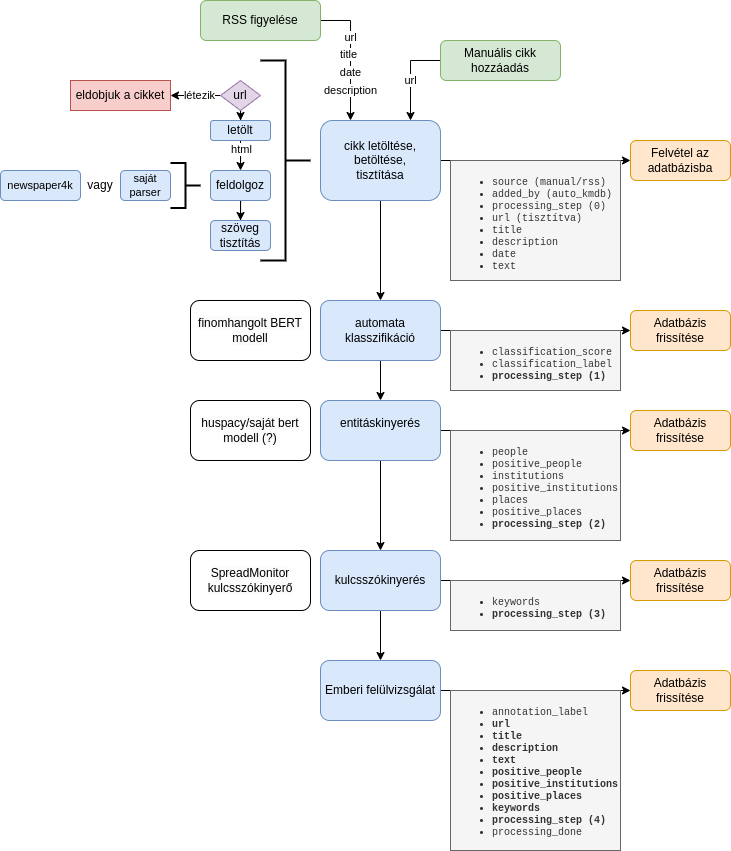
k-monitor/sajtoadatbazis-automat keeps this draw.io diagram as assets/article_processing.drawio.png. Above is the earlier version. Source tidied: cells renumbered, new cells last; positions are measured from the earlier drawing's top-left corner, leaving out a move shared by most shapes.
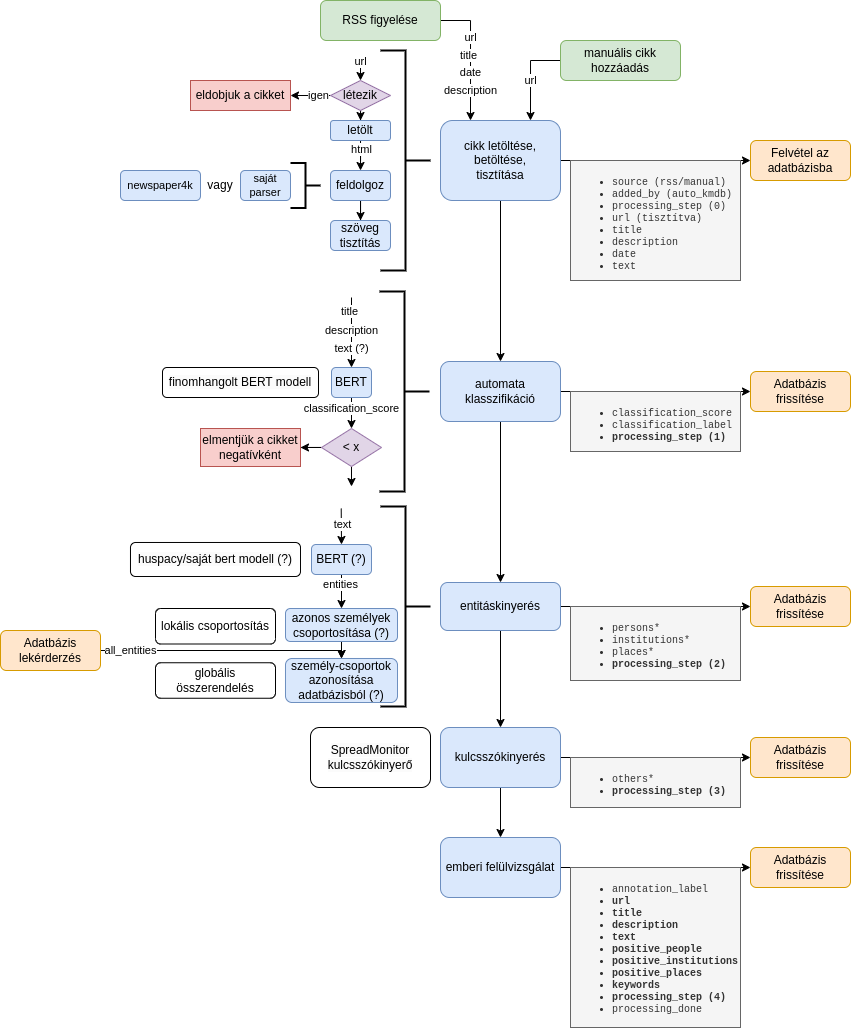
After the commit.

Diff of the diagram source:
```diff
@@ -38,3 +38,3 @@
     </mxCell>
-    <mxCell id="10" value="Manuális cikk hozzáadás" style="rounded=1;whiteSpace=wrap;html=1;fillColor=#d5e8d4;strokeColor=#82b366;" parent="1" vertex="1">
+    <mxCell id="10" value="manuális cikk hozzáadás" style="rounded=1;whiteSpace=wrap;html=1;fillColor=#d5e8d4;strokeColor=#82b366;" parent="1" vertex="1">
       <mxGeometry x="440" y="40" width="120" height="40" as="geometry" />
@@ -53,3 +53,3 @@
     </mxCell>
-    <mxCell id="15" value="&lt;ul style=&quot;font-size: 10px;&quot;&gt;&lt;li style=&quot;font-size: 10px;&quot;&gt;source (manual/rss)&lt;/li&gt;&lt;li style=&quot;font-size: 10px;&quot;&gt;added_by (auto_kmdb)&lt;/li&gt;&lt;li style=&quot;font-size: 10px;&quot;&gt;processing_step (0)&lt;/li&gt;&lt;li style=&quot;font-size: 10px;&quot;&gt;url (tisztítva)&lt;/li&gt;&lt;li style=&quot;font-size: 10px;&quot;&gt;title&lt;/li&gt;&lt;li style=&quot;font-size: 10px;&quot;&gt;description&lt;/li&gt;&lt;li style=&quot;font-size: 10px;&quot;&gt;date&lt;/li&gt;&lt;li style=&quot;font-size: 10px;&quot;&gt;text&lt;/li&gt;&lt;/ul&gt;" style="rounded=0;whiteSpace=wrap;html=1;verticalAlign=top;align=left;fillColor=#f5f5f5;strokeColor=#666666;fontColor=#333333;fontFamily=Courier New;fontSize=10;" parent="1" vertex="1">
+    <mxCell id="15" value="&lt;ul style=&quot;font-size: 10px;&quot;&gt;&lt;li style=&quot;font-size: 10px;&quot;&gt;source (rss/manual)&lt;/li&gt;&lt;li style=&quot;font-size: 10px;&quot;&gt;added_by (auto_kmdb)&lt;/li&gt;&lt;li style=&quot;font-size: 10px;&quot;&gt;processing_step (0)&lt;/li&gt;&lt;li style=&quot;font-size: 10px;&quot;&gt;url (tisztítva)&lt;/li&gt;&lt;li style=&quot;font-size: 10px;&quot;&gt;title&lt;/li&gt;&lt;li style=&quot;font-size: 10px;&quot;&gt;description&lt;/li&gt;&lt;li style=&quot;font-size: 10px;&quot;&gt;date&lt;/li&gt;&lt;li style=&quot;font-size: 10px;&quot;&gt;text&lt;/li&gt;&lt;/ul&gt;" style="rounded=0;whiteSpace=wrap;html=1;verticalAlign=top;align=left;fillColor=#f5f5f5;strokeColor=#666666;fontColor=#333333;fontFamily=Courier New;fontSize=10;" parent="1" vertex="1">
       <mxGeometry x="450" y="160" width="170" height="120" as="geometry" />
@@ -57,3 +57,3 @@
     <mxCell id="16" style="strokeWidth=2;html=1;shape=mxgraph.flowchart.annotation_2;align=left;labelPosition=right;direction=west;" parent="1" vertex="1">
-      <mxGeometry x="260" y="60" width="50" height="200" as="geometry" />
+      <mxGeometry x="260" y="50" width="50" height="220" as="geometry" />
     </mxCell>
@@ -62,7 +62,7 @@
     </mxCell>
-    <mxCell id="18" value="létezik" style="edgeLabel;html=1;align=center;verticalAlign=middle;" parent="17" vertex="1">
-      <mxGeometry x="-0.38" relative="1" as="geometry">
-        <mxPoint x="-5" as="offset" />
-      </mxGeometry>
-    </mxCell>
+    <mxCell id="54" value="igen" style="edgeLabel;html=1;align=center;verticalAlign=middle;" parent="17" vertex="1">
+      <mxGeometry x="0.01" y="-1" relative="1" as="geometry">
+        <mxPoint x="8" y="1" as="offset" />
+      </mxGeometry>
+    </mxCell>
     <mxCell id="19" style="edgeStyle=orthogonalEdgeStyle;rounded=0;jettySize=auto;html=1;" parent="1" edge="1" source="20" target="24">
@@ -70,4 +70,4 @@
     </mxCell>
-    <mxCell id="20" value="url" style="rhombus;whiteSpace=wrap;html=1;fillColor=#e1d5e7;strokeColor=#9673a6;" parent="1" vertex="1">
-      <mxGeometry x="220" y="80" width="40" height="30" as="geometry" />
+    <mxCell id="20" value="létezik" style="rhombus;whiteSpace=wrap;html=1;fillColor=#e1d5e7;strokeColor=#9673a6;" parent="1" vertex="1">
+      <mxGeometry x="210" y="80" width="60" height="30" as="geometry" />
     </mxCell>
@@ -112,7 +112,7 @@
     </mxCell>
-    <mxCell id="34" value="entitáskinyerés&lt;div&gt;&lt;br/&gt;&lt;/div&gt;" style="rounded=1;whiteSpace=wrap;html=1;fillColor=#dae8fc;strokeColor=#6c8ebf;" parent="1" vertex="1">
-      <mxGeometry x="320" y="400" width="120" height="60" as="geometry" />
+    <mxCell id="34" value="entitáskinyerés" style="rounded=1;whiteSpace=wrap;html=1;fillColor=#dae8fc;strokeColor=#6c8ebf;" parent="1" vertex="1">
+      <mxGeometry x="320" y="582" width="120" height="48" as="geometry" />
     </mxCell>
     <mxCell id="35" value="&lt;span style=&quot;color: rgb(0, 0, 0); font-family: Helvetica; font-size: 12px; font-style: normal; font-variant-ligatures: normal; font-variant-caps: normal; font-weight: 400; letter-spacing: normal; orphans: 2; text-align: center; text-indent: 0px; text-transform: none; widows: 2; word-spacing: 0px; -webkit-text-stroke-width: 0px; background-color: rgb(251, 251, 251); text-decoration-thickness: initial; text-decoration-style: initial; text-decoration-color: initial; float: none; display: inline !important;&quot;&gt;huspacy/saját bert modell (?)&lt;/span&gt;" style="rounded=1;whiteSpace=wrap;html=1;" parent="1" vertex="1">
-      <mxGeometry x="190" y="400" width="120" height="60" as="geometry" />
+      <mxGeometry x="10" y="542" width="170" height="34" as="geometry" />
     </mxCell>
@@ -125,18 +125,18 @@
     <mxCell id="38" value="automata klasszifikáció" style="rounded=1;whiteSpace=wrap;html=1;fillColor=#dae8fc;strokeColor=#6c8ebf;" parent="1" vertex="1">
-      <mxGeometry x="320" y="300" width="120" height="60" as="geometry" />
+      <mxGeometry x="320" y="361" width="120" height="60" as="geometry" />
     </mxCell>
     <mxCell id="39" value="&lt;span style=&quot;color: rgb(0, 0, 0); font-family: Helvetica; font-size: 12px; font-style: normal; font-variant-ligatures: normal; font-variant-caps: normal; font-weight: 400; letter-spacing: normal; orphans: 2; text-align: center; text-indent: 0px; text-transform: none; widows: 2; word-spacing: 0px; -webkit-text-stroke-width: 0px; background-color: rgb(251, 251, 251); text-decoration-thickness: initial; text-decoration-style: initial; text-decoration-color: initial; float: none; display: inline !important;&quot;&gt;finomhangolt BERT modell&lt;/span&gt;" style="rounded=1;whiteSpace=wrap;html=1;" parent="1" vertex="1">
-      <mxGeometry x="190" y="300" width="120" height="60" as="geometry" />
+      <mxGeometry x="42" y="367" width="156" height="30" as="geometry" />
     </mxCell>
     <mxCell id="40" value="&lt;ul style=&quot;font-size: 10px;&quot;&gt;&lt;li style=&quot;font-size: 10px;&quot;&gt;classification_score&lt;/li&gt;&lt;li style=&quot;font-size: 10px;&quot;&gt;classification_label&lt;/li&gt;&lt;li style=&quot;border-color: var(--border-color);&quot;&gt;&lt;b&gt;processing_step (1)&lt;/b&gt;&lt;/li&gt;&lt;/ul&gt;" style="rounded=0;whiteSpace=wrap;html=1;verticalAlign=top;align=left;fillColor=#f5f5f5;strokeColor=#666666;fontColor=#333333;fontFamily=Courier New;fontSize=10;" parent="1" vertex="1">
-      <mxGeometry x="450" y="330" width="170" height="60" as="geometry" />
+      <mxGeometry x="450" y="391" width="170" height="60" as="geometry" />
     </mxCell>
-    <mxCell id="41" value="&lt;ul style=&quot;font-size: 10px;&quot;&gt;&lt;li style=&quot;font-size: 10px;&quot;&gt;people&lt;/li&gt;&lt;li style=&quot;font-size: 10px;&quot;&gt;positive_people&lt;/li&gt;&lt;li style=&quot;font-size: 10px;&quot;&gt;institutions&lt;/li&gt;&lt;li style=&quot;font-size: 10px;&quot;&gt;positive_institutions&lt;/li&gt;&lt;li style=&quot;font-size: 10px;&quot;&gt;places&lt;/li&gt;&lt;li style=&quot;font-size: 10px;&quot;&gt;positive_places&lt;/li&gt;&lt;li style=&quot;border-color: var(--border-color);&quot;&gt;&lt;b style=&quot;border-color: var(--border-color);&quot;&gt;processing_step (2)&lt;/b&gt;&lt;/li&gt;&lt;/ul&gt;" style="rounded=0;whiteSpace=wrap;html=1;verticalAlign=top;align=left;fillColor=#f5f5f5;strokeColor=#666666;fontColor=#333333;fontFamily=Courier New;fontSize=10;" parent="1" vertex="1">
-      <mxGeometry x="450" y="430" width="170" height="110" as="geometry" />
+    <mxCell id="41" value="&lt;ul style=&quot;font-size: 10px;&quot;&gt;&lt;li style=&quot;font-size: 10px;&quot;&gt;persons*&lt;/li&gt;&lt;li style=&quot;font-size: 10px;&quot;&gt;&lt;span style=&quot;background-color: initial;&quot;&gt;institutions*&lt;/span&gt;&lt;br&gt;&lt;/li&gt;&lt;li style=&quot;font-size: 10px;&quot;&gt;&lt;span style=&quot;background-color: initial;&quot;&gt;places*&lt;/span&gt;&lt;br&gt;&lt;/li&gt;&lt;li style=&quot;font-size: 10px;&quot;&gt;&lt;b style=&quot;background-color: initial; border-color: var(--border-color);&quot;&gt;processing_step (2)&lt;/b&gt;&lt;br&gt;&lt;/li&gt;&lt;/ul&gt;" style="rounded=0;whiteSpace=wrap;html=1;verticalAlign=top;align=left;fillColor=#f5f5f5;strokeColor=#666666;fontColor=#333333;fontFamily=Courier New;fontSize=10;" parent="1" vertex="1">
+      <mxGeometry x="450" y="606" width="170" height="74" as="geometry" />
     </mxCell>
     <mxCell id="42" value="Adatbázis frissítése" style="rounded=1;whiteSpace=wrap;html=1;fillColor=#ffe6cc;strokeColor=#d79b00;" parent="1" vertex="1">
-      <mxGeometry x="630" y="310" width="100" height="40" as="geometry" />
+      <mxGeometry x="630" y="371" width="100" height="40" as="geometry" />
     </mxCell>
     <mxCell id="43" value="Adatbázis frissítése" style="rounded=1;whiteSpace=wrap;html=1;fillColor=#ffe6cc;strokeColor=#d79b00;" parent="1" vertex="1">
-      <mxGeometry x="630" y="410" width="100" height="40" as="geometry" />
+      <mxGeometry x="630" y="586" width="100" height="40" as="geometry" />
     </mxCell>
@@ -149,12 +149,12 @@
     <mxCell id="46" value="kulcsszókinyerés" style="rounded=1;whiteSpace=wrap;html=1;fillColor=#dae8fc;strokeColor=#6c8ebf;" parent="1" vertex="1">
-      <mxGeometry x="320" y="550" width="120" height="60" as="geometry" />
+      <mxGeometry x="320" y="727" width="120" height="60" as="geometry" />
     </mxCell>
-    <mxCell id="47" value="&lt;ul style=&quot;font-size: 10px;&quot;&gt;&lt;li style=&quot;font-size: 10px;&quot;&gt;keywords&lt;/li&gt;&lt;li style=&quot;border-color: var(--border-color);&quot;&gt;&lt;b style=&quot;border-color: var(--border-color);&quot;&gt;processing_step (3)&lt;/b&gt;&lt;/li&gt;&lt;/ul&gt;" style="rounded=0;whiteSpace=wrap;html=1;verticalAlign=top;align=left;fillColor=#f5f5f5;strokeColor=#666666;fontColor=#333333;fontFamily=Courier New;fontSize=10;" parent="1" vertex="1">
-      <mxGeometry x="450" y="580" width="170" height="50" as="geometry" />
+    <mxCell id="47" value="&lt;ul style=&quot;font-size: 10px;&quot;&gt;&lt;li style=&quot;font-size: 10px;&quot;&gt;others*&lt;/li&gt;&lt;li style=&quot;border-color: var(--border-color);&quot;&gt;&lt;b style=&quot;border-color: var(--border-color);&quot;&gt;processing_step (3)&lt;/b&gt;&lt;/li&gt;&lt;/ul&gt;" style="rounded=0;whiteSpace=wrap;html=1;verticalAlign=top;align=left;fillColor=#f5f5f5;strokeColor=#666666;fontColor=#333333;fontFamily=Courier New;fontSize=10;" parent="1" vertex="1">
+      <mxGeometry x="450" y="757" width="170" height="50" as="geometry" />
     </mxCell>
     <mxCell id="48" value="Adatbázis frissítése" style="rounded=1;whiteSpace=wrap;html=1;fillColor=#ffe6cc;strokeColor=#d79b00;" parent="1" vertex="1">
-      <mxGeometry x="630" y="560" width="100" height="40" as="geometry" />
+      <mxGeometry x="630" y="737" width="100" height="40" as="geometry" />
     </mxCell>
     <mxCell id="49" value="&lt;span style=&quot;color: rgb(0, 0, 0); font-family: Helvetica; font-size: 12px; font-style: normal; font-variant-ligatures: normal; font-variant-caps: normal; font-weight: 400; letter-spacing: normal; orphans: 2; text-align: center; text-indent: 0px; text-transform: none; widows: 2; word-spacing: 0px; -webkit-text-stroke-width: 0px; background-color: rgb(251, 251, 251); text-decoration-thickness: initial; text-decoration-style: initial; text-decoration-color: initial; float: none; display: inline !important;&quot;&gt;SpreadMonitor&lt;br&gt;kulcsszókinyerő&lt;br&gt;&lt;/span&gt;" style="rounded=1;whiteSpace=wrap;html=1;" parent="1" vertex="1">
-      <mxGeometry x="190" y="550" width="120" height="60" as="geometry" />
+      <mxGeometry x="190" y="727" width="120" height="60" as="geometry" />
     </mxCell>
@@ -163,11 +163,112 @@
     </mxCell>
-    <mxCell id="51" value="Emberi felülvizsgálat" style="rounded=1;whiteSpace=wrap;html=1;fillColor=#dae8fc;strokeColor=#6c8ebf;" parent="1" vertex="1">
-      <mxGeometry x="320" y="660" width="120" height="60" as="geometry" />
+    <mxCell id="51" value="emberi felülvizsgálat" style="rounded=1;whiteSpace=wrap;html=1;fillColor=#dae8fc;strokeColor=#6c8ebf;" parent="1" vertex="1">
+      <mxGeometry x="320" y="837" width="120" height="60" as="geometry" />
     </mxCell>
     <mxCell id="52" value="Adatbázis frissítése" style="rounded=1;whiteSpace=wrap;html=1;fillColor=#ffe6cc;strokeColor=#d79b00;" parent="1" vertex="1">
-      <mxGeometry x="630" y="670" width="100" height="40" as="geometry" />
+      <mxGeometry x="630" y="847" width="100" height="40" as="geometry" />
     </mxCell>
     <mxCell id="53" value="&lt;ul style=&quot;font-size: 10px;&quot;&gt;&lt;li style=&quot;font-size: 10px;&quot;&gt;&lt;span style=&quot;background-color: initial;&quot;&gt;annotation_label&lt;/span&gt;&lt;/li&gt;&lt;li style=&quot;font-size: 10px;&quot;&gt;&lt;span style=&quot;background-color: initial;&quot;&gt;&lt;b&gt;url&lt;/b&gt;&lt;/span&gt;&lt;/li&gt;&lt;li style=&quot;font-size: 10px;&quot;&gt;&lt;span style=&quot;background-color: initial;&quot;&gt;&lt;b&gt;title&lt;/b&gt;&lt;/span&gt;&lt;/li&gt;&lt;li style=&quot;font-size: 10px;&quot;&gt;&lt;span style=&quot;background-color: initial;&quot;&gt;&lt;b&gt;description&lt;/b&gt;&lt;/span&gt;&lt;/li&gt;&lt;li style=&quot;font-size: 10px;&quot;&gt;&lt;span style=&quot;background-color: initial;&quot;&gt;&lt;b&gt;text&lt;/b&gt;&lt;/span&gt;&lt;/li&gt;&lt;li style=&quot;font-size: 10px;&quot;&gt;&lt;b&gt;&lt;span style=&quot;background-color: initial;&quot;&gt;positive_people&lt;/span&gt;&lt;br&gt;&lt;/b&gt;&lt;/li&gt;&lt;li style=&quot;font-size: 10px;&quot;&gt;&lt;b&gt;positive_institutions&lt;/b&gt;&lt;/li&gt;&lt;li style=&quot;font-size: 10px;&quot;&gt;&lt;b&gt;&lt;span style=&quot;background-color: initial;&quot;&gt;positive_places&lt;/span&gt;&lt;br&gt;&lt;/b&gt;&lt;/li&gt;&lt;li style=&quot;font-size: 10px;&quot;&gt;&lt;span style=&quot;background-color: initial;&quot;&gt;&lt;b&gt;keywords&lt;/b&gt;&lt;/span&gt;&lt;/li&gt;&lt;li style=&quot;border-color: var(--border-color);&quot;&gt;&lt;b style=&quot;border-color: var(--border-color);&quot;&gt;processing_step (4)&lt;/b&gt;&lt;/li&gt;&lt;li style=&quot;border-color: var(--border-color);&quot;&gt;&lt;span style=&quot;border-color: var(--border-color);&quot;&gt;processing_done&lt;/span&gt;&lt;/li&gt;&lt;/ul&gt;" style="rounded=0;whiteSpace=wrap;html=1;verticalAlign=top;align=left;fillColor=#f5f5f5;strokeColor=#666666;fontColor=#333333;fontFamily=Courier New;fontSize=10;" parent="1" vertex="1">
-      <mxGeometry x="450" y="690" width="170" height="160" as="geometry" />
+      <mxGeometry x="450" y="867" width="170" height="160" as="geometry" />
     </mxCell>
+    <mxCell id="55" style="edgeStyle=orthogonalEdgeStyle;rounded=0;jettySize=auto;html=1;entryX=0.5;entryY=0;entryDx=0;entryDy=0;" parent="1" edge="1" source="57" target="64">
+      <mxGeometry relative="1" as="geometry" />
+    </mxCell>
+    <mxCell id="56" value="classification_score" style="edgeLabel;html=1;align=center;verticalAlign=middle;" parent="55" vertex="1">
+      <mxGeometry x="-0.56" relative="1" as="geometry" />
+    </mxCell>
+    <mxCell id="57" value="BERT" style="rounded=1;whiteSpace=wrap;html=1;fillColor=#dae8fc;strokeColor=#6c8ebf;" parent="1" vertex="1">
+      <mxGeometry x="211" y="367" width="40" height="30" as="geometry" />
+    </mxCell>
+    <mxCell id="58" style="endArrow=classic;html=1;rounded=0;entryX=0.5;entryY=0;entryDx=0;entryDy=0;" parent="1" edge="1" target="57">
+      <mxGeometry relative="1" as="geometry">
+        <mxPoint x="231" y="297" as="sourcePoint" />
+      </mxGeometry>
+    </mxCell>
+    <mxCell id="59" value="title" style="edgeLabel;html=1;align=center;verticalAlign=middle;" parent="58" vertex="1">
+      <mxGeometry x="-0.62" y="-2" relative="1" as="geometry" />
+    </mxCell>
+    <mxCell id="60" value="description" style="edgeLabel;html=1;align=center;verticalAlign=middle;" parent="58" vertex="1">
+      <mxGeometry x="-0.06" relative="1" as="geometry" />
+    </mxCell>
+    <mxCell id="61" value="text (?)" style="edgeLabel;html=1;align=center;verticalAlign=middle;" parent="58" vertex="1">
+      <mxGeometry x="0.46" relative="1" as="geometry" />
+    </mxCell>
+    <mxCell id="62" style="edgeStyle=orthogonalEdgeStyle;rounded=0;jettySize=auto;html=1;entryX=1;entryY=0.5;entryDx=0;entryDy=0;" parent="1" edge="1" source="64" target="65">
+      <mxGeometry relative="1" as="geometry" />
+    </mxCell>
+    <mxCell id="63" style="edgeStyle=orthogonalEdgeStyle;rounded=0;jettySize=auto;html=1;" parent="1" edge="1" source="64">
+      <mxGeometry relative="1" as="geometry">
+        <mxPoint x="231" y="486" as="targetPoint" />
+      </mxGeometry>
+    </mxCell>
+    <mxCell id="64" value="&amp;lt; x" style="rhombus;whiteSpace=wrap;html=1;fillColor=#e1d5e7;strokeColor=#9673a6;" parent="1" vertex="1">
+      <mxGeometry x="201" y="428" width="60" height="38" as="geometry" />
+    </mxCell>
+    <mxCell id="65" value="elmentjük a cikket negatívként" style="whiteSpace=wrap;html=1;fillColor=#f8cecc;strokeColor=#b85450;" parent="1" vertex="1">
+      <mxGeometry x="80" y="428" width="100" height="38" as="geometry" />
+    </mxCell>
+    <mxCell id="66" style="strokeWidth=2;html=1;shape=mxgraph.flowchart.annotation_2;align=left;labelPosition=right;direction=west;" parent="1" vertex="1">
+      <mxGeometry x="259" y="291" width="50" height="200" as="geometry" />
+    </mxCell>
+    <mxCell id="67" style="strokeWidth=2;html=1;shape=mxgraph.flowchart.annotation_2;align=left;labelPosition=right;direction=west;" parent="1" vertex="1">
+      <mxGeometry x="260" y="506" width="50" height="200" as="geometry" />
+    </mxCell>
+    <mxCell id="68" style="endArrow=classic;html=1;rounded=0;entryX=0.5;entryY=0;entryDx=0;entryDy=0;" parent="1" edge="1" target="72">
+      <mxGeometry relative="1" as="geometry">
+        <mxPoint x="220.7" y="508" as="sourcePoint" />
+      </mxGeometry>
+    </mxCell>
+    <mxCell id="69" value="text" style="edgeLabel;html=1;align=center;verticalAlign=middle;" parent="68" vertex="1">
+      <mxGeometry x="-0.16" y="1" relative="1" as="geometry" />
+    </mxCell>
+    <mxCell id="70" style="edgeStyle=orthogonalEdgeStyle;rounded=0;jettySize=auto;html=1;entryX=0.5;entryY=0;entryDx=0;entryDy=0;" parent="1" edge="1" source="72" target="74">
+      <mxGeometry relative="1" as="geometry" />
+    </mxCell>
+    <mxCell id="71" value="entities" style="edgeLabel;html=1;align=center;verticalAlign=middle;" parent="70" vertex="1">
+      <mxGeometry x="-0.56" y="-1" relative="1" as="geometry" />
+    </mxCell>
+    <mxCell id="72" value="BERT (?)" style="rounded=1;whiteSpace=wrap;html=1;fillColor=#dae8fc;strokeColor=#6c8ebf;" parent="1" vertex="1">
+      <mxGeometry x="191" y="544" width="60" height="30" as="geometry" />
+    </mxCell>
+    <mxCell id="73" style="edgeStyle=orthogonalEdgeStyle;rounded=0;orthogonalLoop=1;jettySize=auto;html=1;" parent="1" edge="1">
+      <mxGeometry relative="1" as="geometry">
+        <mxPoint x="221" y="621" as="sourcePoint" />
+        <mxPoint x="221" y="658" as="targetPoint" />
+      </mxGeometry>
+    </mxCell>
+    <mxCell id="74" value="azonos személyek csoportosítása (?)" style="rounded=1;whiteSpace=wrap;html=1;fillColor=#dae8fc;strokeColor=#6c8ebf;" parent="1" vertex="1">
+      <mxGeometry x="165" y="608" width="112" height="33" as="geometry" />
+    </mxCell>
+    <mxCell id="75" style="edgeStyle=orthogonalEdgeStyle;rounded=0;jettySize=auto;html=1;entryX=0.5;entryY=0;entryDx=0;entryDy=0;" parent="1" edge="1" target="20">
+      <mxGeometry relative="1" as="geometry">
+        <mxPoint x="240" y="60" as="sourcePoint" />
+      </mxGeometry>
+    </mxCell>
+    <mxCell id="76" value="url" style="edgeLabel;html=1;align=center;verticalAlign=middle;" parent="75" vertex="1">
+      <mxGeometry x="-0.93" relative="1" as="geometry" />
+    </mxCell>
+    <mxCell id="77" value="személy-csoportok&lt;br&gt;azonosítása adatbázisból (?)" style="rounded=1;whiteSpace=wrap;html=1;fillColor=#dae8fc;strokeColor=#6c8ebf;" parent="1" vertex="1">
+      <mxGeometry x="165" y="658" width="112" height="44" as="geometry" />
+    </mxCell>
+    <mxCell id="78" value="lokális csoportosítás" style="rounded=1;whiteSpace=wrap;html=1;" parent="1" vertex="1">
+      <mxGeometry x="35" y="608" width="120" height="35.5" as="geometry" />
+    </mxCell>
+    <mxCell id="79" value="globális összerendelés" style="rounded=1;whiteSpace=wrap;html=1;" parent="1" vertex="1">
+      <mxGeometry x="35" y="662.2" width="120" height="35.5" as="geometry" />
+    </mxCell>
+    <mxCell id="80" style="edgeStyle=orthogonalEdgeStyle;rounded=0;jettySize=auto;html=1;entryX=0.5;entryY=0;entryDx=0;entryDy=0;" parent="1" edge="1" source="82" target="77">
+      <mxGeometry relative="1" as="geometry">
+        <Array as="points">
+          <mxPoint x="221" y="650" />
+        </Array>
+      </mxGeometry>
+    </mxCell>
+    <mxCell id="81" value="all_entities" style="edgeLabel;html=1;align=center;verticalAlign=middle;" parent="80" vertex="1">
+      <mxGeometry x="-0.87" y="-1" relative="1" as="geometry">
+        <mxPoint x="14" y="-1" as="offset" />
+      </mxGeometry>
+    </mxCell>
+    <mxCell id="82" value="Adatbázis lekérderzés" style="rounded=1;whiteSpace=wrap;html=1;fillColor=#ffe6cc;strokeColor=#d79b00;" parent="1" vertex="1">
+      <mxGeometry x="-120" y="630" width="100" height="40" as="geometry" />
+    </mxCell>
   </root>
```
